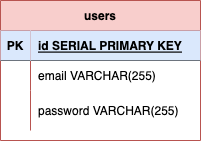
vijaylpersad/project-2-auth keeps this draw.io diagram as practice.drawio.png. Above is the earlier version. Source tidied: cells renumbered, new cells last; positions are measured from the earlier drawing's top-left corner, leaving out a move shared by most shapes. Its diagram source:
```xml
<mxGraphModel>
  <root>
    <mxCell id="0" />
    <mxCell id="1" parent="0" />
    <mxCell id="2" value="users" style="shape=table;startSize=30;rowLines=0;fontStyle=1;align=center;fillColor=#f8cecc;strokeColor=#b85450;" parent="1" vertex="1">
      <mxGeometry width="200" height="140" as="geometry" />
    </mxCell>
    <mxCell id="3" style="shape=tableRow;horizontal=0;startSize=0;swimlaneHead=0;swimlaneBody=0;fillColor=none;points=[[0,0.5],[1,0.5]];portConstraint=eastwest;top=0;left=0;right=0;bottom=1;" parent="2" vertex="1">
      <mxGeometry y="30" width="200" height="30" as="geometry" />
    </mxCell>
    <mxCell id="4" value="PK" style="shape=partialRectangle;fillColor=#dae8fc;top=0;left=0;bottom=0;right=0;fontStyle=1;overflow=hidden;strokeColor=#6c8ebf;" parent="3" vertex="1">
      <mxGeometry width="30" height="30" as="geometry" />
    </mxCell>
    <mxCell id="5" value="id SERIAL PRIMARY KEY" style="shape=partialRectangle;fillColor=#dae8fc;top=0;left=0;bottom=0;right=0;align=left;spacingLeft=6;fontStyle=5;overflow=hidden;strokeColor=#6c8ebf;" parent="3" vertex="1">
      <mxGeometry x="30" width="170" height="30" as="geometry" />
    </mxCell>
    <mxCell id="6" style="shape=tableRow;horizontal=0;startSize=0;swimlaneHead=0;swimlaneBody=0;fillColor=none;top=0;left=0;right=0;bottom=0;" parent="2" vertex="1">
      <mxGeometry y="60" width="200" height="30" as="geometry" />
    </mxCell>
    <mxCell id="7" style="shape=partialRectangle;fillColor=none;top=0;left=0;bottom=0;right=0;overflow=hidden;" parent="6" vertex="1">
      <mxGeometry width="30" height="30" as="geometry" />
    </mxCell>
    <mxCell id="8" value="email VARCHAR(255)" style="shape=partialRectangle;fillColor=none;top=0;left=0;bottom=0;right=0;align=left;spacingLeft=6;overflow=hidden;" parent="6" vertex="1">
      <mxGeometry x="30" width="170" height="30" as="geometry" />
    </mxCell>
    <mxCell id="9" style="shape=tableRow;horizontal=0;startSize=0;swimlaneHead=0;swimlaneBody=0;fillColor=none;top=0;left=0;right=0;bottom=0;" parent="2" vertex="1">
      <mxGeometry y="90" width="200" height="40" as="geometry" />
    </mxCell>
    <mxCell id="10" style="shape=partialRectangle;fillColor=none;top=0;left=0;bottom=0;right=0;overflow=hidden;" parent="9" vertex="1">
      <mxGeometry width="30" height="40" as="geometry" />
    </mxCell>
    <mxCell id="11" value="password VARCHAR(255)" style="shape=partialRectangle;fillColor=none;top=0;left=0;bottom=0;right=0;align=left;spacingLeft=6;overflow=hidden;" parent="9" vertex="1">
      <mxGeometry x="30" width="170" height="40" as="geometry" />
    </mxCell>
  </root>
</mxGraphModel>
```
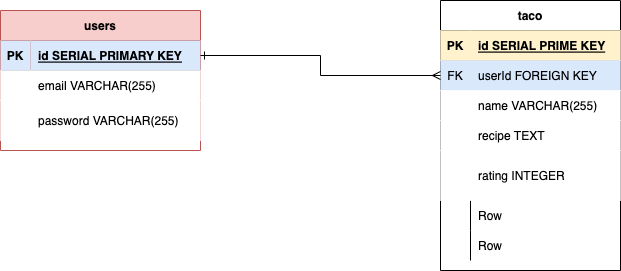
After the change.

The edit, as a diff of the source:
```diff
@@ -14,23 +14,92 @@
     <mxCell id="5" value="id SERIAL PRIMARY KEY" style="shape=partialRectangle;fillColor=#dae8fc;top=0;left=0;bottom=0;right=0;align=left;spacingLeft=6;fontStyle=5;overflow=hidden;strokeColor=#6c8ebf;" parent="3" vertex="1">
       <mxGeometry x="30" width="170" height="30" as="geometry" />
     </mxCell>
-    <mxCell id="6" style="shape=tableRow;horizontal=0;startSize=0;swimlaneHead=0;swimlaneBody=0;fillColor=none;top=0;left=0;right=0;bottom=0;" parent="2" vertex="1">
+    <mxCell id="6" style="shape=tableRow;horizontal=0;startSize=0;swimlaneHead=0;swimlaneBody=0;top=0;left=0;right=0;bottom=0;" parent="2" vertex="1">
       <mxGeometry y="60" width="200" height="30" as="geometry" />
     </mxCell>
-    <mxCell id="7" style="shape=partialRectangle;fillColor=none;top=0;left=0;bottom=0;right=0;overflow=hidden;" parent="6" vertex="1">
+    <mxCell id="7" style="shape=partialRectangle;top=0;left=0;bottom=0;right=0;overflow=hidden;" parent="6" vertex="1">
       <mxGeometry width="30" height="30" as="geometry" />
     </mxCell>
-    <mxCell id="8" value="email VARCHAR(255)" style="shape=partialRectangle;fillColor=none;top=0;left=0;bottom=0;right=0;align=left;spacingLeft=6;overflow=hidden;" parent="6" vertex="1">
+    <mxCell id="8" value="email VARCHAR(255)" style="shape=partialRectangle;top=0;left=0;bottom=0;right=0;align=left;spacingLeft=6;overflow=hidden;" parent="6" vertex="1">
       <mxGeometry x="30" width="170" height="30" as="geometry" />
     </mxCell>
-    <mxCell id="9" style="shape=tableRow;horizontal=0;startSize=0;swimlaneHead=0;swimlaneBody=0;fillColor=none;top=0;left=0;right=0;bottom=0;" parent="2" vertex="1">
+    <mxCell id="9" style="shape=tableRow;horizontal=0;startSize=0;swimlaneHead=0;swimlaneBody=0;top=0;left=0;right=0;bottom=0;" parent="2" vertex="1">
       <mxGeometry y="90" width="200" height="40" as="geometry" />
     </mxCell>
-    <mxCell id="10" style="shape=partialRectangle;fillColor=none;top=0;left=0;bottom=0;right=0;overflow=hidden;" parent="9" vertex="1">
+    <mxCell id="10" style="shape=partialRectangle;top=0;left=0;bottom=0;right=0;overflow=hidden;" parent="9" vertex="1">
       <mxGeometry width="30" height="40" as="geometry" />
     </mxCell>
-    <mxCell id="11" value="password VARCHAR(255)" style="shape=partialRectangle;fillColor=none;top=0;left=0;bottom=0;right=0;align=left;spacingLeft=6;overflow=hidden;" parent="9" vertex="1">
+    <mxCell id="11" value="password VARCHAR(255)" style="shape=partialRectangle;top=0;left=0;bottom=0;right=0;align=left;spacingLeft=6;overflow=hidden;" parent="9" vertex="1">
       <mxGeometry x="30" width="170" height="40" as="geometry" />
     </mxCell>
+    <mxCell id="12" value="taco" style="shape=table;startSize=30;rowLines=0;fontStyle=1;align=center;" parent="1" vertex="1">
+      <mxGeometry x="440" y="-10" width="180" height="270" as="geometry" />
+    </mxCell>
+    <mxCell id="13" style="shape=tableRow;horizontal=0;startSize=0;swimlaneHead=0;swimlaneBody=0;fillColor=#fff2cc;top=0;left=0;right=0;bottom=1;strokeColor=#d6b656;" parent="12" vertex="1">
+      <mxGeometry y="30" width="180" height="30" as="geometry" />
+    </mxCell>
+    <mxCell id="14" value="PK" style="shape=partialRectangle;fillColor=#fff2cc;top=0;left=0;bottom=0;right=0;fontStyle=1;overflow=hidden;strokeColor=#d6b656;" parent="13" vertex="1">
+      <mxGeometry width="30" height="30" as="geometry" />
+    </mxCell>
+    <mxCell id="15" value="id SERIAL PRIME KEY" style="shape=partialRectangle;fillColor=#fff2cc;top=0;left=0;bottom=0;right=0;align=left;spacingLeft=6;fontStyle=5;overflow=hidden;strokeColor=#d6b656;" parent="13" vertex="1">
+      <mxGeometry x="30" width="150" height="30" as="geometry" />
+    </mxCell>
+    <mxCell id="16" style="shape=tableRow;horizontal=0;startSize=0;swimlaneHead=0;swimlaneBody=0;fillColor=#dae8fc;points=[[0,0.5],[1,0.5]];portConstraint=eastwest;top=0;left=0;right=0;bottom=0;strokeColor=#6c8ebf;" parent="12" vertex="1">
+      <mxGeometry y="60" width="180" height="30" as="geometry" />
+    </mxCell>
+    <mxCell id="17" value="FK" style="shape=partialRectangle;fillColor=#dae8fc;top=0;left=0;bottom=0;right=0;fontStyle=0;overflow=hidden;strokeColor=#6c8ebf;" parent="16" vertex="1">
+      <mxGeometry width="30" height="30" as="geometry" />
+    </mxCell>
+    <mxCell id="18" value="userId FOREIGN KEY" style="shape=partialRectangle;fillColor=#dae8fc;top=0;left=0;bottom=0;right=0;align=left;spacingLeft=6;fontStyle=0;overflow=hidden;strokeColor=#6c8ebf;" parent="16" vertex="1">
+      <mxGeometry x="30" width="150" height="30" as="geometry" />
+    </mxCell>
+    <mxCell id="19" style="shape=tableRow;horizontal=0;startSize=0;swimlaneHead=0;swimlaneBody=0;top=0;left=0;right=0;bottom=0;" parent="12" vertex="1">
+      <mxGeometry y="90" width="180" height="30" as="geometry" />
+    </mxCell>
+    <mxCell id="20" style="shape=partialRectangle;top=0;left=0;bottom=0;right=0;overflow=hidden;" parent="19" vertex="1">
+      <mxGeometry width="30" height="30" as="geometry" />
+    </mxCell>
+    <mxCell id="21" value="name VARCHAR(255)   " style="shape=partialRectangle;top=0;left=0;bottom=0;right=0;align=left;spacingLeft=6;overflow=hidden;" parent="19" vertex="1">
+      <mxGeometry x="30" width="150" height="30" as="geometry" />
+    </mxCell>
+    <mxCell id="22" style="shape=tableRow;horizontal=0;startSize=0;swimlaneHead=0;swimlaneBody=0;top=0;left=0;right=0;bottom=0;" parent="12" vertex="1">
+      <mxGeometry y="120" width="180" height="30" as="geometry" />
+    </mxCell>
+    <mxCell id="23" style="shape=partialRectangle;top=0;left=0;bottom=0;right=0;overflow=hidden;" parent="22" vertex="1">
+      <mxGeometry width="30" height="30" as="geometry" />
+    </mxCell>
+    <mxCell id="24" value="recipe TEXT" style="shape=partialRectangle;top=0;left=0;bottom=0;right=0;align=left;spacingLeft=6;overflow=hidden;" parent="22" vertex="1">
+      <mxGeometry x="30" width="150" height="30" as="geometry" />
+    </mxCell>
+    <mxCell id="25" style="shape=tableRow;horizontal=0;startSize=0;swimlaneHead=0;swimlaneBody=0;top=0;left=0;right=0;bottom=0;" parent="12" vertex="1">
+      <mxGeometry y="150" width="180" height="50" as="geometry" />
+    </mxCell>
+    <mxCell id="26" style="shape=partialRectangle;top=0;left=0;bottom=0;right=0;overflow=hidden;" parent="25" vertex="1">
+      <mxGeometry width="30" height="50" as="geometry" />
+    </mxCell>
+    <mxCell id="27" value="rating INTEGER" style="shape=partialRectangle;top=0;left=0;bottom=0;right=0;align=left;spacingLeft=6;overflow=hidden;" parent="25" vertex="1">
+      <mxGeometry x="30" width="150" height="50" as="geometry" />
+    </mxCell>
+    <mxCell id="28" style="shape=tableRow;horizontal=0;startSize=0;swimlaneHead=0;swimlaneBody=0;fillColor=none;top=0;left=0;right=0;bottom=0;" parent="12" vertex="1">
+      <mxGeometry y="200" width="180" height="30" as="geometry" />
+    </mxCell>
+    <mxCell id="29" style="shape=partialRectangle;fillColor=none;top=0;left=0;bottom=0;right=0;overflow=hidden;" parent="28" vertex="1">
+      <mxGeometry width="30" height="30" as="geometry" />
+    </mxCell>
+    <mxCell id="30" value="Row" style="shape=partialRectangle;fillColor=none;top=0;left=0;bottom=0;right=0;align=left;spacingLeft=6;overflow=hidden;" parent="28" vertex="1">
+      <mxGeometry x="30" width="150" height="30" as="geometry" />
+    </mxCell>
+    <mxCell id="31" style="shape=tableRow;horizontal=0;startSize=0;swimlaneHead=0;swimlaneBody=0;fillColor=none;top=0;left=0;right=0;bottom=0;" parent="12" vertex="1">
+      <mxGeometry y="230" width="180" height="30" as="geometry" />
+    </mxCell>
+    <mxCell id="32" style="shape=partialRectangle;fillColor=none;top=0;left=0;bottom=0;right=0;overflow=hidden;" parent="31" vertex="1">
+      <mxGeometry width="30" height="30" as="geometry" />
+    </mxCell>
+    <mxCell id="33" value="Row" style="shape=partialRectangle;fillColor=none;top=0;left=0;bottom=0;right=0;align=left;spacingLeft=6;overflow=hidden;" parent="31" vertex="1">
+      <mxGeometry x="30" width="150" height="30" as="geometry" />
+    </mxCell>
+    <mxCell id="34" style="edgeStyle=orthogonalEdgeStyle;rounded=0;jettySize=auto;html=1;exitX=1;exitY=0.5;exitDx=0;exitDy=0;entryX=0;entryY=0.5;entryDx=0;entryDy=0;endArrow=ERmany;endFill=0;startArrow=ERone;startFill=0;" parent="1" edge="1" source="3" target="16">
+      <mxGeometry relative="1" as="geometry" />
+    </mxCell>
   </root>
 </mxGraphModel>
```
